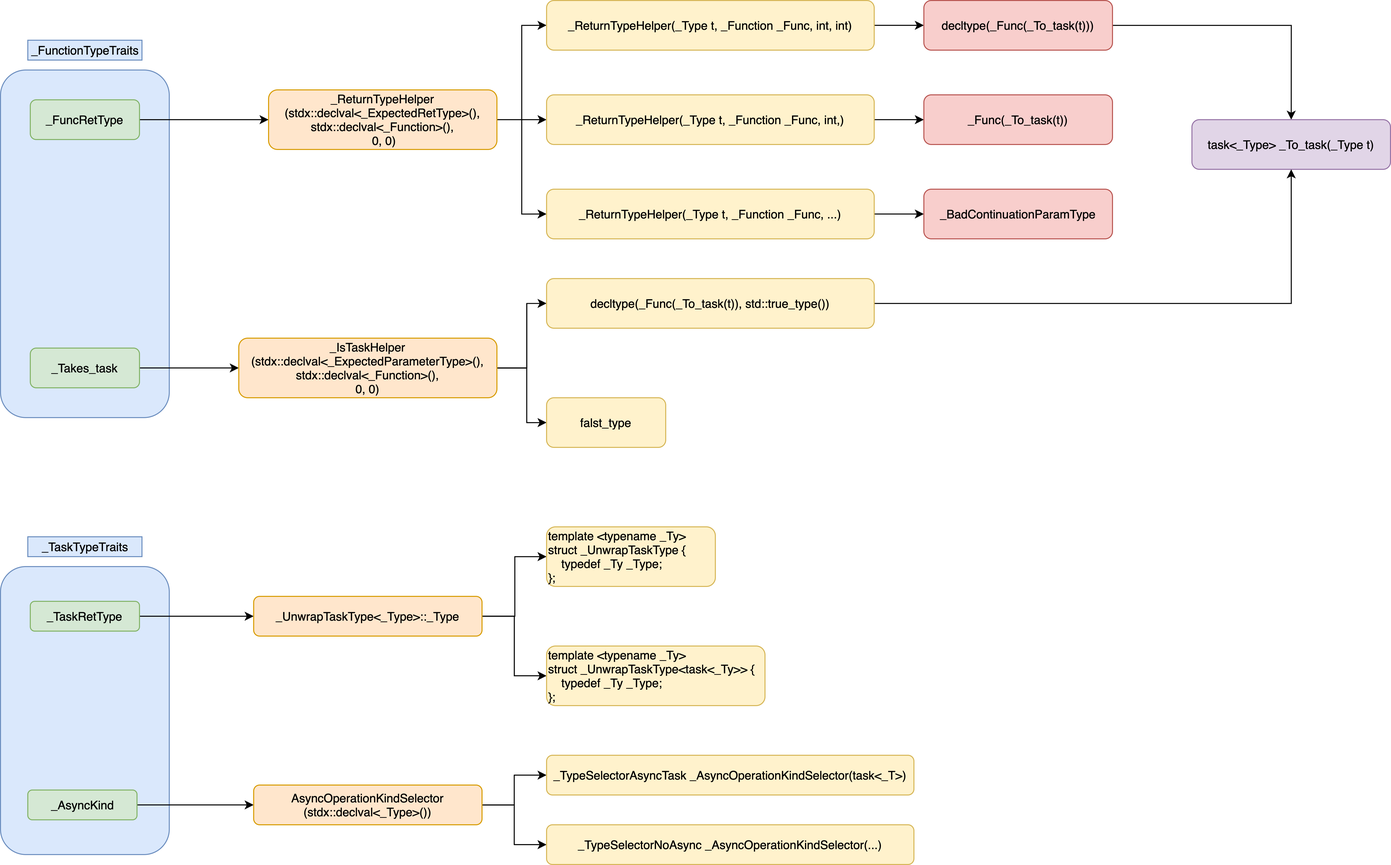
Earlier version of the draw.io export .Image/task-func-type-traits.png (jemmy512/software-engineer). Source tidied: cells renumbered, new cells last; positions are measured from the earlier drawing's top-left corner, leaving out a move shared by most shapes.
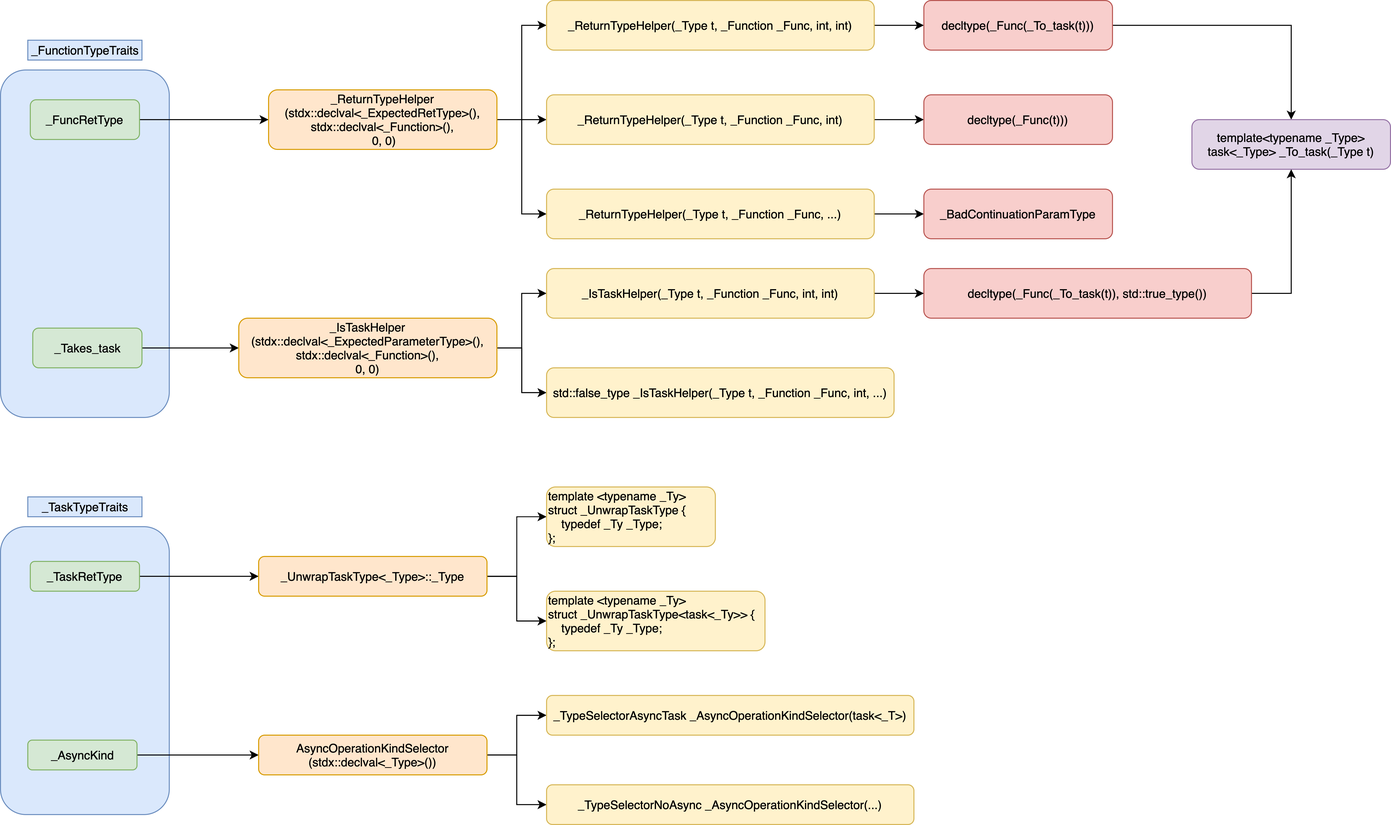
The same diagram one commit later.

Diff of the diagram source:
```diff
@@ -18,7 +18,7 @@
       <mxGeometry relative="1" as="geometry" />
     </mxCell>
     <mxCell id="7" value="_Takes_task" style="rounded=1;whiteSpace=wrap;html=1;fillColor=#d5e8d4;strokeColor=#82b366;" parent="1" vertex="1">
-      <mxGeometry x="30" y="350" width="110" height="40" as="geometry" />
+      <mxGeometry x="32.5" y="330" width="110" height="40" as="geometry" />
     </mxCell>
     <mxCell id="8" style="edgeStyle=orthogonalEdgeStyle;rounded=0;jettySize=auto;html=1;entryX=0;entryY=0.5;entryDx=0;entryDy=0;" parent="1" edge="1" source="11" target="13">
       <mxGeometry relative="1" as="geometry" />
@@ -41,7 +41,7 @@
     <mxCell id="14" style="edgeStyle=orthogonalEdgeStyle;rounded=0;jettySize=auto;html=1;entryX=0;entryY=0.5;entryDx=0;entryDy=0;" parent="1" edge="1" source="15" target="20">
       <mxGeometry relative="1" as="geometry" />
     </mxCell>
-    <mxCell id="15" value="_ReturnTypeHelper(_Type t, _Function _Func, int,)" style="rounded=1;whiteSpace=wrap;html=1;fillColor=#fff2cc;strokeColor=#d6b656;" parent="1" vertex="1">
+    <mxCell id="15" value="_ReturnTypeHelper(_Type t, _Function _Func, int)" style="rounded=1;whiteSpace=wrap;html=1;fillColor=#fff2cc;strokeColor=#d6b656;" parent="1" vertex="1">
       <mxGeometry x="550" y="95" width="330" height="50" as="geometry" />
     </mxCell>
     <mxCell id="16" style="edgeStyle=orthogonalEdgeStyle;rounded=0;jettySize=auto;html=1;entryX=0;entryY=0.5;entryDx=0;entryDy=0;" parent="1" edge="1" source="17" target="21">
@@ -60,74 +60,69 @@
     <mxCell id="19" value="decltype(_Func(_To_task(t)))" style="rounded=1;whiteSpace=wrap;html=1;fillColor=#f8cecc;strokeColor=#b85450;" parent="1" vertex="1">
       <mxGeometry x="930" width="190" height="50" as="geometry" />
     </mxCell>
-    <mxCell id="20" value="_Func(_To_task(t))" style="rounded=1;whiteSpace=wrap;html=1;fillColor=#f8cecc;strokeColor=#b85450;" parent="1" vertex="1">
+    <mxCell id="20" value="decltype(_Func(t)))" style="rounded=1;whiteSpace=wrap;html=1;fillColor=#f8cecc;strokeColor=#b85450;" parent="1" vertex="1">
       <mxGeometry x="930" y="95" width="190" height="50" as="geometry" />
     </mxCell>
     <mxCell id="21" value="_BadContinuationParamType" style="rounded=1;whiteSpace=wrap;html=1;fillColor=#f8cecc;strokeColor=#b85450;" parent="1" vertex="1">
       <mxGeometry x="930" y="190" width="190" height="50" as="geometry" />
     </mxCell>
-    <mxCell id="22" value="task&amp;lt;_Type&amp;gt; _To_task(_Type t)" style="rounded=1;whiteSpace=wrap;html=1;fillColor=#e1d5e7;strokeColor=#9673a6;" parent="1" vertex="1">
+    <mxCell id="22" value="&lt;span&gt;template&amp;lt;typename _Type&amp;gt;&lt;/span&gt;&lt;br&gt;&lt;div&gt;task&amp;lt;_Type&amp;gt; _To_task(_Type t)&lt;/div&gt;" style="rounded=1;whiteSpace=wrap;html=1;fillColor=#e1d5e7;strokeColor=#9673a6;" parent="1" vertex="1">
       <mxGeometry x="1200" y="120" width="200" height="50" as="geometry" />
     </mxCell>
-    <mxCell id="23" style="edgeStyle=orthogonalEdgeStyle;rounded=0;jettySize=auto;html=1;entryX=0;entryY=0.5;entryDx=0;entryDy=0;" parent="1" edge="1" source="25" target="28">
-      <mxGeometry relative="1" as="geometry">
-        <Array as="points">
-          <mxPoint x="530" y="370" />
-          <mxPoint x="530" y="305" />
-        </Array>
-      </mxGeometry>
-    </mxCell>
+    <mxCell id="45" style="edgeStyle=orthogonalEdgeStyle;rounded=0;jettySize=auto;html=1;" parent="1" edge="1" source="25" target="47">
+      <mxGeometry relative="1" as="geometry" />
+    </mxCell>
     <mxCell id="24" style="edgeStyle=orthogonalEdgeStyle;rounded=0;jettySize=auto;html=1;entryX=0;entryY=0.5;entryDx=0;entryDy=0;" parent="1" edge="1" source="25" target="26">
-      <mxGeometry relative="1" as="geometry">
-        <Array as="points">
-          <mxPoint x="530" y="370" />
-          <mxPoint x="530" y="425" />
-        </Array>
-      </mxGeometry>
+      <mxGeometry relative="1" as="geometry" />
     </mxCell>
     <mxCell id="25" value="_IsTaskHelper&lt;br&gt;(stdx::declval&amp;lt;_ExpectedParameterType&amp;gt;(),&lt;br&gt;stdx::declval&amp;lt;_Function&amp;gt;(),&lt;br&gt;0, 0)" style="rounded=1;whiteSpace=wrap;html=1;fillColor=#ffe6cc;strokeColor=#d79b00;" parent="1" vertex="1">
-      <mxGeometry x="240" y="340" width="260" height="60" as="geometry" />
+      <mxGeometry x="240" y="320" width="260" height="60" as="geometry" />
     </mxCell>
-    <mxCell id="26" value="falst_type" style="rounded=1;whiteSpace=wrap;html=1;fillColor=#fff2cc;strokeColor=#d6b656;" parent="1" vertex="1">
-      <mxGeometry x="550" y="400" width="120" height="50" as="geometry" />
+    <mxCell id="26" value="std::false_type _IsTaskHelper(_Type t, _Function _Func, int, ...)" style="rounded=1;whiteSpace=wrap;html=1;fillColor=#fff2cc;strokeColor=#d6b656;" parent="1" vertex="1">
+      <mxGeometry x="550" y="370" width="350" height="50" as="geometry" />
     </mxCell>
-    <mxCell id="27" style="edgeStyle=orthogonalEdgeStyle;rounded=0;jettySize=auto;html=1;entryX=0.5;entryY=1;entryDx=0;entryDy=0;" parent="1" edge="1" source="28" target="22">
+    <mxCell id="27" style="edgeStyle=orthogonalEdgeStyle;rounded=0;jettySize=auto;html=1;entryX=0.5;entryY=1;entryDx=0;entryDy=0;exitX=1;exitY=0.5;exitDx=0;exitDy=0;" parent="1" edge="1" source="28" target="22">
       <mxGeometry relative="1" as="geometry" />
     </mxCell>
-    <mxCell id="28" value="decltype(_Func(_To_task(t)), std::true_type())" style="rounded=1;whiteSpace=wrap;html=1;fillColor=#fff2cc;strokeColor=#d6b656;" parent="1" vertex="1">
-      <mxGeometry x="550" y="280" width="330" height="50" as="geometry" />
+    <mxCell id="28" value="decltype(_Func(_To_task(t)), std::true_type())" style="rounded=1;whiteSpace=wrap;html=1;fillColor=#f8cecc;strokeColor=#b85450;" parent="1" vertex="1">
+      <mxGeometry x="930" y="270" width="330" height="50" as="geometry" />
     </mxCell>
     <mxCell id="29" style="rounded=1;whiteSpace=wrap;html=1;fillColor=#dae8fc;strokeColor=#6c8ebf;" parent="1" vertex="1">
-      <mxGeometry y="570" width="170" height="290" as="geometry" />
+      <mxGeometry y="530" width="170" height="290" as="geometry" />
     </mxCell>
     <mxCell id="30" value="_TaskTypeTraits" style="text;html=1;strokeColor=#6c8ebf;fillColor=#dae8fc;align=center;verticalAlign=middle;whiteSpace=wrap;rounded=0;" parent="1" vertex="1">
-      <mxGeometry x="27.5" y="540" width="115" height="20" as="geometry" />
+      <mxGeometry x="27.5" y="500" width="115" height="20" as="geometry" />
     </mxCell>
     <mxCell id="31" style="edgeStyle=orthogonalEdgeStyle;rounded=0;jettySize=auto;html=1;entryX=0;entryY=0.5;entryDx=0;entryDy=0;" parent="1" edge="1" source="32" target="37">
       <mxGeometry relative="1" as="geometry" />
     </mxCell>
     <mxCell id="32" value="_TaskRetType" style="rounded=1;whiteSpace=wrap;html=1;fillColor=#d5e8d4;strokeColor=#82b366;" parent="1" vertex="1">
-      <mxGeometry x="30" y="605" width="110" height="30" as="geometry" />
+      <mxGeometry x="30" y="565" width="110" height="30" as="geometry" />
     </mxCell>
     <mxCell id="33" style="edgeStyle=orthogonalEdgeStyle;rounded=0;jettySize=auto;html=1;entryX=0;entryY=0.5;entryDx=0;entryDy=0;" parent="1" edge="1" source="34" target="40">
       <mxGeometry relative="1" as="geometry" />
     </mxCell>
     <mxCell id="34" value="_AsyncKind" style="rounded=1;whiteSpace=wrap;html=1;fillColor=#d5e8d4;strokeColor=#82b366;" parent="1" vertex="1">
-      <mxGeometry x="27.5" y="795" width="110" height="30" as="geometry" />
+      <mxGeometry x="27.5" y="745" width="110" height="30" as="geometry" />
     </mxCell>
+    <mxCell id="36" style="edgeStyle=orthogonalEdgeStyle;rounded=0;jettySize=auto;html=1;entryX=0;entryY=0.5;entryDx=0;entryDy=0;" parent="1" edge="1" source="37" target="42">
+      <mxGeometry relative="1" as="geometry">
+        <Array as="points">
+          <mxPoint x="520" y="580" />
+          <mxPoint x="520" y="625" />
+        </Array>
+      </mxGeometry>
+    </mxCell>
     <mxCell id="35" style="edgeStyle=orthogonalEdgeStyle;rounded=0;jettySize=auto;html=1;entryX=0;entryY=0.5;entryDx=0;entryDy=0;" parent="1" edge="1" source="37" target="41">
       <mxGeometry relative="1" as="geometry">
         <Array as="points">
-          <mxPoint x="518" y="620" />
-          <mxPoint x="518" y="560" />
+          <mxPoint x="520" y="580" />
+          <mxPoint x="520" y="520" />
         </Array>
       </mxGeometry>
     </mxCell>
-    <mxCell id="36" style="edgeStyle=orthogonalEdgeStyle;rounded=0;jettySize=auto;html=1;entryX=0;entryY=0.5;entryDx=0;entryDy=0;" parent="1" edge="1" source="37" target="42">
-      <mxGeometry relative="1" as="geometry" />
-    </mxCell>
     <mxCell id="37" value="_UnwrapTaskType&amp;lt;_Type&amp;gt;::_Type" style="rounded=1;whiteSpace=wrap;html=1;fillColor=#ffe6cc;strokeColor=#d79b00;" parent="1" vertex="1">
-      <mxGeometry x="255" y="600" width="230" height="40" as="geometry" />
+      <mxGeometry x="260" y="560" width="230" height="40" as="geometry" />
     </mxCell>
     <mxCell id="38" style="edgeStyle=orthogonalEdgeStyle;rounded=0;jettySize=auto;html=1;entryX=0;entryY=0.5;entryDx=0;entryDy=0;" parent="1" edge="1" source="40" target="43">
       <mxGeometry relative="1" as="geometry" />
@@ -136,19 +131,25 @@
       <mxGeometry relative="1" as="geometry" />
     </mxCell>
     <mxCell id="40" value="AsyncOperationKindSelector&lt;br&gt;(stdx::declval&amp;lt;_Type&amp;gt;())" style="rounded=1;whiteSpace=wrap;html=1;fillColor=#ffe6cc;strokeColor=#d79b00;" parent="1" vertex="1">
-      <mxGeometry x="255" y="790" width="230" height="40" as="geometry" />
+      <mxGeometry x="260" y="740" width="230" height="40" as="geometry" />
     </mxCell>
     <mxCell id="41" value="&lt;div&gt;template &amp;lt;typename _Ty&amp;gt;&lt;/div&gt;&lt;div&gt;struct _UnwrapTaskType {&lt;/div&gt;&lt;div&gt;&amp;nbsp; &amp;nbsp; typedef _Ty _Type;&lt;/div&gt;&lt;div&gt;};&lt;/div&gt;" style="rounded=1;whiteSpace=wrap;html=1;fillColor=#fff2cc;strokeColor=#d6b656;align=left;" parent="1" vertex="1">
-      <mxGeometry x="550" y="530" width="170" height="60" as="geometry" />
+      <mxGeometry x="550" y="490" width="170" height="60" as="geometry" />
     </mxCell>
     <mxCell id="42" value="&lt;div&gt;template &amp;lt;typename _Ty&amp;gt;&lt;/div&gt;&lt;div&gt;struct _UnwrapTaskType&amp;lt;task&amp;lt;_Ty&amp;gt;&amp;gt; {&lt;/div&gt;&lt;div&gt;&amp;nbsp; &amp;nbsp; typedef _Ty _Type;&lt;/div&gt;&lt;div&gt;};&lt;/div&gt;" style="rounded=1;whiteSpace=wrap;html=1;fillColor=#fff2cc;strokeColor=#d6b656;align=left;" parent="1" vertex="1">
-      <mxGeometry x="550" y="650" width="220" height="60" as="geometry" />
+      <mxGeometry x="550" y="595" width="220" height="60" as="geometry" />
     </mxCell>
     <mxCell id="43" value="_TypeSelectorAsyncTask _AsyncOperationKindSelector(task&amp;lt;_T&amp;gt;)" style="rounded=1;whiteSpace=wrap;html=1;fillColor=#fff2cc;strokeColor=#d6b656;" parent="1" vertex="1">
-      <mxGeometry x="550" y="760" width="370" height="40" as="geometry" />
+      <mxGeometry x="550" y="700" width="370" height="40" as="geometry" />
     </mxCell>
     <mxCell id="44" value="_TypeSelectorNoAsync _AsyncOperationKindSelector(...)" style="rounded=1;whiteSpace=wrap;html=1;fillColor=#fff2cc;strokeColor=#d6b656;" parent="1" vertex="1">
-      <mxGeometry x="550" y="830" width="370" height="40" as="geometry" />
+      <mxGeometry x="550" y="790" width="370" height="40" as="geometry" />
     </mxCell>
+    <mxCell id="46" style="edgeStyle=orthogonalEdgeStyle;rounded=0;jettySize=auto;html=1;entryX=0;entryY=0.5;entryDx=0;entryDy=0;" parent="1" edge="1" source="47" target="28">
+      <mxGeometry relative="1" as="geometry" />
+    </mxCell>
+    <mxCell id="47" value="_IsTaskHelper(_Type t, _Function _Func, int, int)" style="rounded=1;whiteSpace=wrap;html=1;fillColor=#fff2cc;strokeColor=#d6b656;" parent="1" vertex="1">
+      <mxGeometry x="550" y="270" width="330" height="50" as="geometry" />
+    </mxCell>
   </root>
 </mxGraphModel>
```
